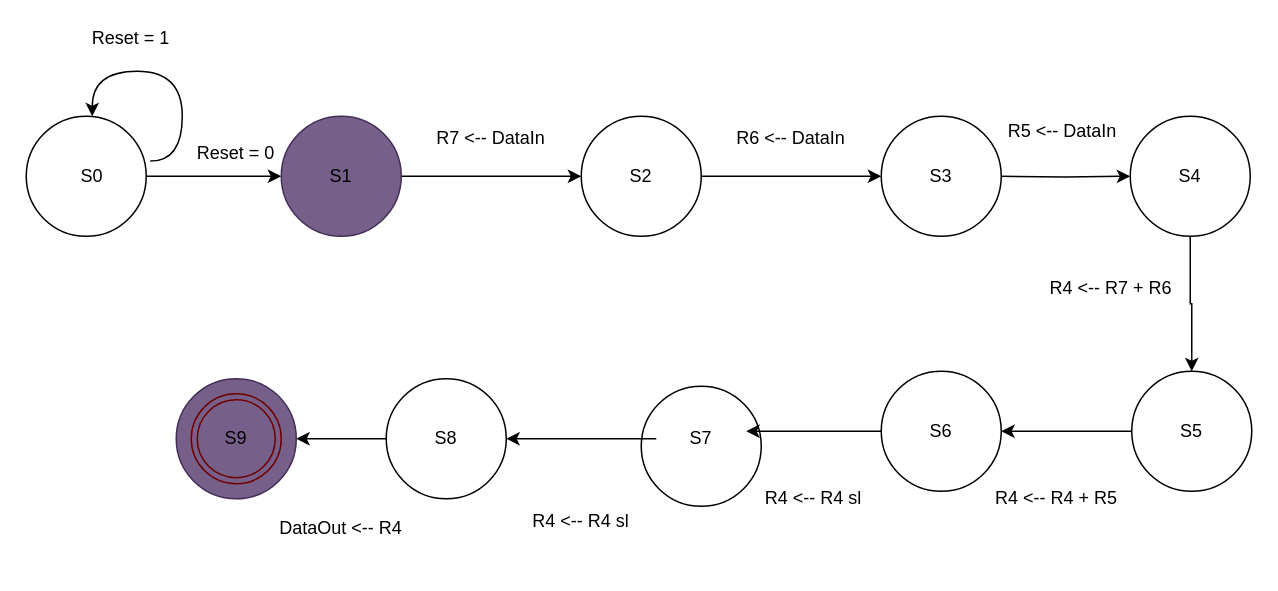
LucioVagner/4x-the-edges- keeps this draw.io diagram as docs/maquina_estados_cd2.drawio.xml. Above is the earlier version. Source tidied: cells renumbered, new cells numbered last; positions are measured from the earlier drawing's top-left corner, leaving out a move shared by most shapes. Both pictures are drawn from the tidied source at 150%, with x=0, y=0 at pixel (26, 26).
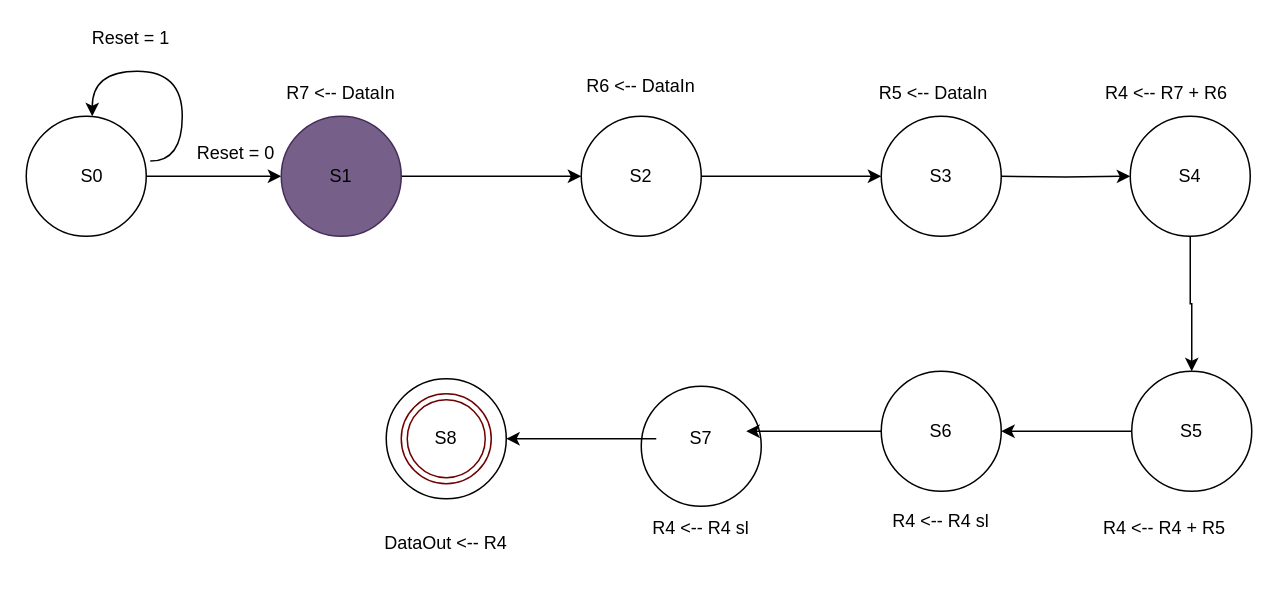
After the change.

Commit message (it also covers changes not shown here):
Atualizada maquina de estados

The change refers to these unchanged cells:
```xml
<mxCell id="35" style="ellipse;whiteSpace=wrap;html=1;shapeInside=1;fillColor=light-dark(#FFFFFF,#CC0000);" parent="1" vertex="1">
  <mxGeometry x="240" y="235" width="80" height="80" as="geometry" />
</mxCell>
```

What changed in the source:
```diff
@@
-    <mxCell id="10" style="ellipse;whiteSpace=wrap;html=1;shapeInside=1;fillColor=light-dark(#FFFFFF,#000000);" parent="1" vertex="1">
+    <mxCell id="10" value="&lt;br&gt;&lt;br&gt;&lt;br&gt;&lt;br&gt;&lt;br&gt;&lt;br&gt;&lt;div&gt;&lt;br/&gt;&lt;/div&gt;" style="ellipse;whiteSpace=wrap;html=1;shapeInside=1;fillColor=light-dark(#FFFFFF,#000000);" parent="1" vertex="1">
       <mxGeometry x="570" y="60" width="80" height="80" as="geometry" />
     </mxCell>
@@
     <mxCell id="20" value="R7 &amp;lt;-- DataIn" style="text;html=1;whiteSpace=wrap;strokeColor=none;fillColor=none;align=center;verticalAlign=middle;rounded=0;" parent="1" vertex="1">
-      <mxGeometry x="260" y="60" width="100" height="30" as="geometry" />
+      <mxGeometry x="160" y="30" width="100" height="30" as="geometry" />
     </mxCell>
     <mxCell id="21" value="R6 &amp;lt;-- DataIn" style="text;html=1;whiteSpace=wrap;strokeColor=none;fillColor=none;align=center;verticalAlign=middle;rounded=0;" parent="1" vertex="1">
-      <mxGeometry x="470" y="60" width="80" height="30" as="geometry" />
+      <mxGeometry x="370" y="25" width="80" height="30" as="geometry" />
     </mxCell>
     <mxCell id="22" value="R5 &amp;lt;-- DataIn" style="text;html=1;whiteSpace=wrap;strokeColor=none;fillColor=none;align=center;verticalAlign=middle;rounded=0;" parent="1" vertex="1">
-      <mxGeometry x="636" y="55" width="110" height="30" as="geometry" />
+      <mxGeometry x="550" y="30" width="110" height="30" as="geometry" />
     </mxCell>
     <mxCell id="23" value="R4 &amp;lt;-- R7 + R6&amp;nbsp;" style="text;html=1;whiteSpace=wrap;strokeColor=none;fillColor=none;align=center;verticalAlign=middle;rounded=0;" parent="1" vertex="1">
-      <mxGeometry x="680" y="160" width="90" height="30" as="geometry" />
+      <mxGeometry x="717" y="30" width="90" height="30" as="geometry" />
     </mxCell>
     <mxCell id="24" value="R4 &amp;lt;-- R4 + R5" style="text;html=1;whiteSpace=wrap;strokeColor=none;fillColor=none;align=center;verticalAlign=middle;rounded=0;" parent="1" vertex="1">
-      <mxGeometry x="627" y="300" width="120" height="30" as="geometry" />
+      <mxGeometry x="701" y="320" width="116" height="30" as="geometry" />
     </mxCell>
@@
-    <mxCell id="34" style="edgeStyle=orthogonalEdgeStyle;rounded=0;jettySize=auto;html=1;entryX=1;entryY=0.5;entryDx=0;entryDy=0;" parent="1" edge="1" source="35" target="37">
-      <mxGeometry relative="1" as="geometry" />
-    </mxCell>
@@
     <mxCell id="36" value="R4 &amp;lt;-- R4 sl" style="text;html=1;whiteSpace=wrap;strokeColor=none;fillColor=none;align=center;verticalAlign=middle;rounded=0;" parent="1" vertex="1">
-      <mxGeometry x="480" y="300" width="90" height="30" as="geometry" />
+      <mxGeometry x="565" y="315" width="90" height="30" as="geometry" />
     </mxCell>
-    <mxCell id="37" style="ellipse;whiteSpace=wrap;html=1;shapeInside=1;fillColor=light-dark(#76608A,#000000);strokeColor=#432D57;fontColor=#ffffff;" parent="1" vertex="1">
-      <mxGeometry x="100" y="235" width="80" height="80" as="geometry" />
-    </mxCell>
     <mxCell id="38" value="R4 &amp;lt;-- R4 sl" style="text;html=1;whiteSpace=wrap;strokeColor=none;fillColor=none;align=center;verticalAlign=middle;rounded=0;" parent="1" vertex="1">
-      <mxGeometry x="330" y="315" width="80" height="30" as="geometry" />
+      <mxGeometry x="410" y="320" width="80" height="30" as="geometry" />
     </mxCell>
@@
-    <mxCell id="40" value="S9" style="text;html=1;whiteSpace=wrap;strokeColor=none;fillColor=none;align=center;verticalAlign=middle;rounded=0;" parent="1" vertex="1">
-      <mxGeometry x="110" y="260" width="60" height="30" as="geometry" />
-    </mxCell>
     <mxCell id="41" style="ellipse;shape=doubleEllipse;whiteSpace=wrap;html=1;fillColor=none;fontColor=#ffffff;strokeColor=#6F0000;gradientColor=default;" parent="1" vertex="1">
-      <mxGeometry x="110" y="245" width="60" height="60" as="geometry" />
+      <mxGeometry x="250" y="245" width="60" height="60" as="geometry" />
     </mxCell>
     <mxCell id="42" value="DataOut &amp;lt;-- R4" style="text;html=1;whiteSpace=wrap;strokeColor=none;fillColor=none;align=center;verticalAlign=middle;rounded=0;" parent="1" vertex="1">
-      <mxGeometry x="150" y="320" width="120" height="30" as="geometry" />
+      <mxGeometry x="220" y="330" width="120" height="30" as="geometry" />
     </mxCell>
```
